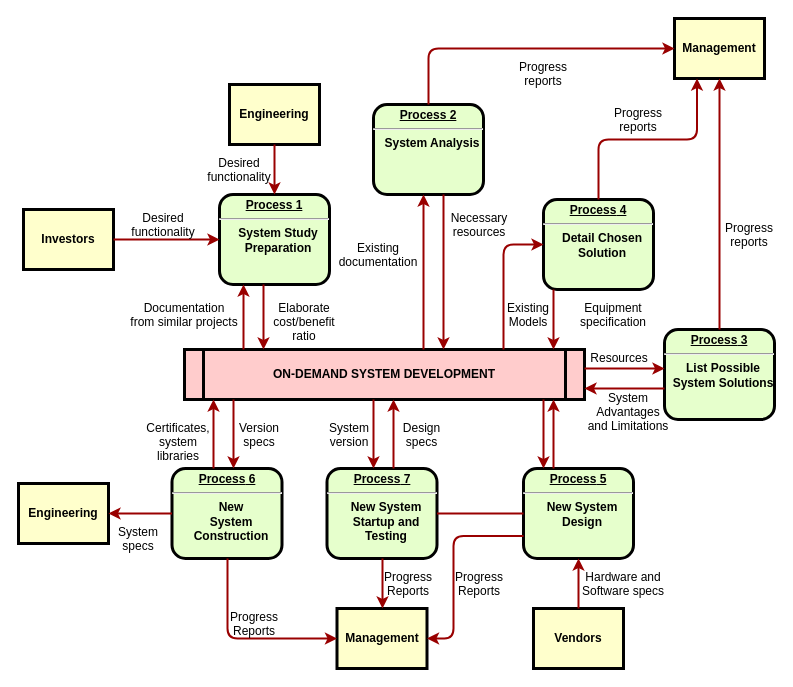
The draw.io diagram Untitled Diagram.drawio in xwsoft/test, before the edit. Source tidied: cells renumbered, new cells numbered last; positions are measured from the earlier drawing's top-left corner, leaving out a move shared by most shapes. Both pictures are drawn from the tidied source at 100%, with x=0, y=0 at pixel (18, 18).
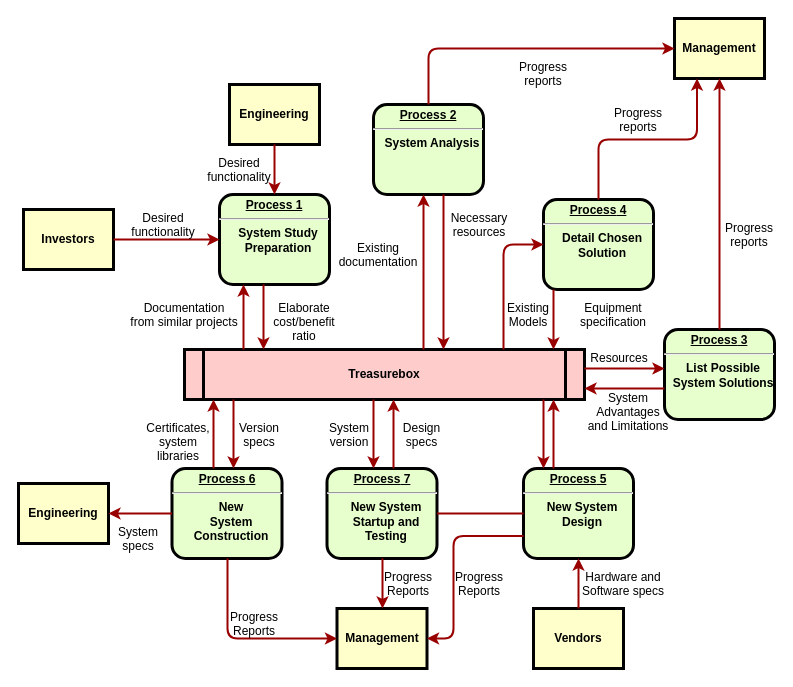
The same diagram, later.

The edit, as a diff of the source:
```diff
@@
-    <mxCell id="5" value="ON-DEMAND SYSTEM DEVELOPMENT" style="shape=process;whiteSpace=wrap;align=center;verticalAlign=middle;size=0.0475;fontStyle=1;strokeWidth=3;fillColor=#FFCCCC;" parent="1" vertex="1">
+    <mxCell id="5" value="Treasurebox" style="shape=process;whiteSpace=wrap;align=center;verticalAlign=middle;size=0.0475;fontStyle=1;strokeWidth=3;fillColor=#FFCCCC;" parent="1" vertex="1">
       <mxGeometry x="166" y="331" width="400" height="50" as="geometry" />
     </mxCell>
```
